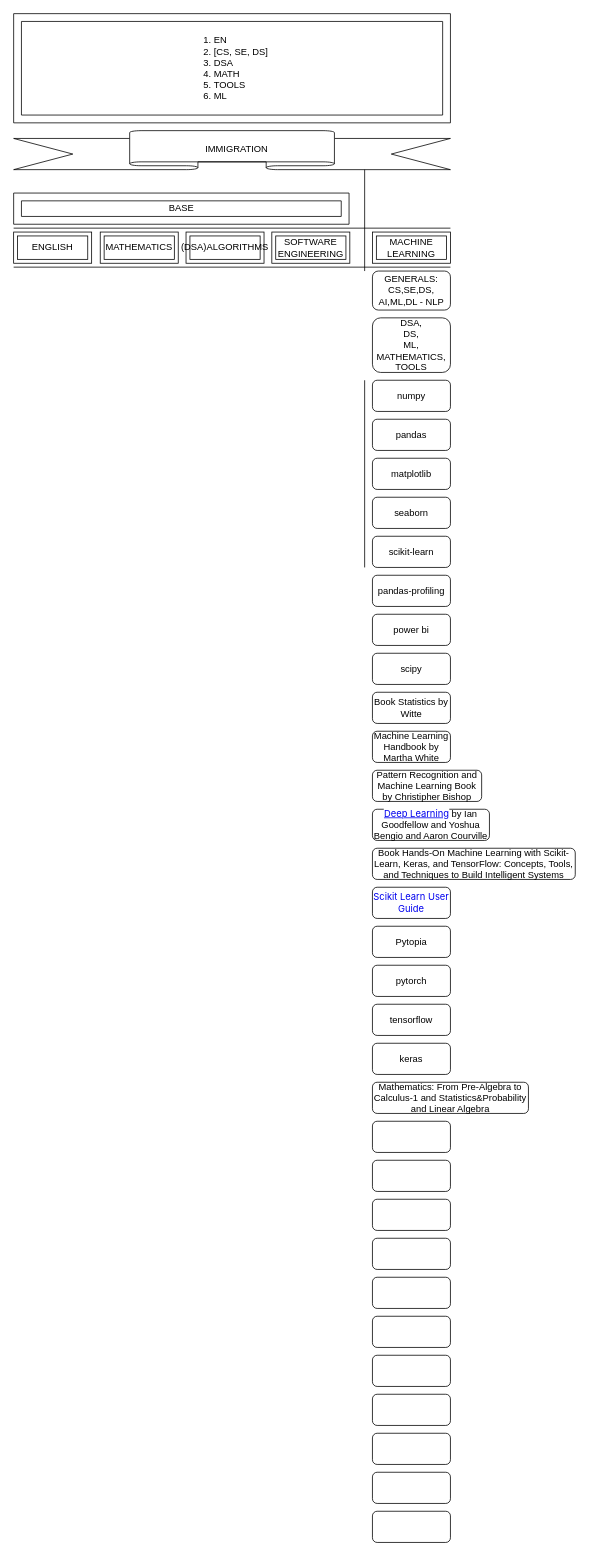
This is Specific-RoadMap/draw/Untitled Diagram.drawio from amir4v/dev, a draw.io file, before an edit. Source tidied: cells renumbered, new cells numbered last; positions are measured from the earlier drawing's top-left corner, leaving out a move shared by most shapes. Both pictures are drawn from the tidied source at 78%, with x=0, y=0 at pixel (13, 13).
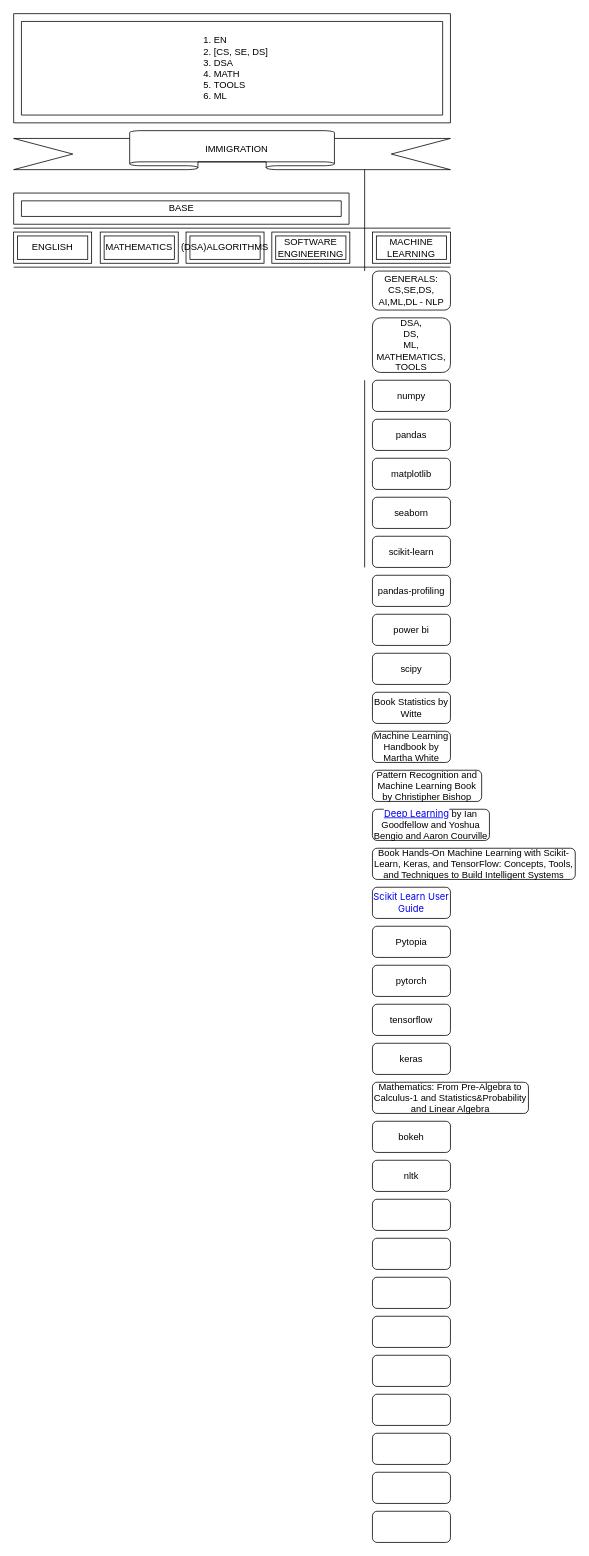
The same diagram, later.

Change to the diagram source:
```diff
@@
-    <mxCell id="34" style="rounded=1;whiteSpace=wrap;html=1;" parent="1" vertex="1">
+    <mxCell id="34" value="bokeh" style="rounded=1;whiteSpace=wrap;html=1;" parent="1" vertex="1">
       <mxGeometry x="460" y="1420" width="100" height="40" as="geometry" />
     </mxCell>
-    <mxCell id="35" style="rounded=1;whiteSpace=wrap;html=1;" parent="1" vertex="1">
+    <mxCell id="35" value="nltk" style="rounded=1;whiteSpace=wrap;html=1;" parent="1" vertex="1">
       <mxGeometry x="460" y="1470" width="100" height="40" as="geometry" />
     </mxCell>
```
